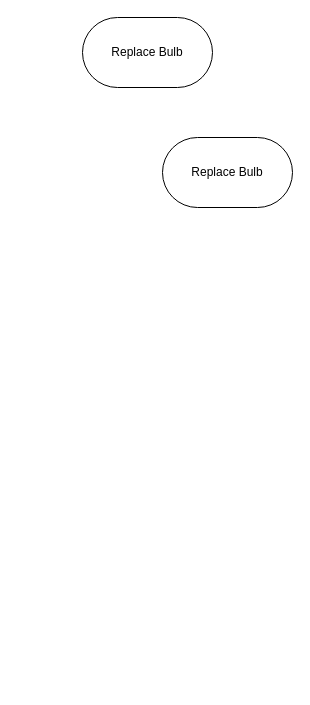
Earlier version of the draw.io diagram Menghitung luas lingkaran 23241091.drawio (Xnowly/Algo_C_23241091). Source tidied: cells renumbered, new cells numbered last; positions are measured from the earlier drawing's top-left corner, leaving out a move shared by most shapes. Both pictures are drawn from the tidied source at 100%, with x=0, y=0 at pixel (82, 17).
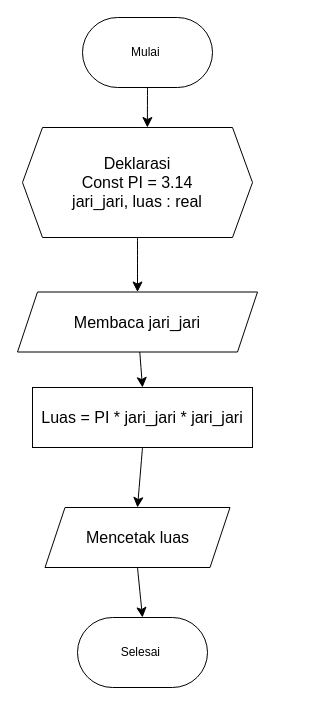
After the change.

Diff of the diagram source:
```diff
@@
 <mxGraphModel>
   <root>
     <mxCell id="0" />
     <mxCell id="1" parent="0" />
-    <mxCell id="2" value="Replace Bulb" style="rounded=1;whiteSpace=wrap;html=1;fontSize=12;glass=0;strokeWidth=1;shadow=0;arcSize=50;" parent="1" vertex="1">
+    <mxCell id="2" value="Mulai&amp;nbsp;" style="rounded=1;whiteSpace=wrap;html=1;fontSize=12;glass=0;strokeWidth=1;shadow=0;arcSize=50;" parent="1" vertex="1">
       <mxGeometry width="130" height="70" as="geometry" />
     </mxCell>
-    <mxCell id="3" value="Replace Bulb" style="rounded=1;whiteSpace=wrap;html=1;fontSize=12;glass=0;strokeWidth=1;shadow=0;arcSize=50;" parent="1" vertex="1">
-      <mxGeometry x="80" y="120" width="130" height="70" as="geometry" />
+    <mxCell id="3" value="Selesai&amp;nbsp;" style="rounded=1;whiteSpace=wrap;html=1;fontSize=12;glass=0;strokeWidth=1;shadow=0;arcSize=50;" parent="1" vertex="1">
+      <mxGeometry x="-5" y="600" width="130" height="70" as="geometry" />
     </mxCell>
+    <mxCell id="4" value="Membaca jari_jari" style="shape=parallelogram;perimeter=parallelogramPerimeter;whiteSpace=wrap;html=1;fixedSize=1;fontSize=16;" parent="1" vertex="1">
+      <mxGeometry x="-65" y="274.5" width="240" height="60" as="geometry" />
+    </mxCell>
+    <mxCell id="5" value="Luas = PI * jari_jari * jari_jari" style="whiteSpace=wrap;html=1;fontSize=16;" parent="1" vertex="1">
+      <mxGeometry x="-50" y="370" width="220" height="60" as="geometry" />
+    </mxCell>
+    <mxCell id="6" value="Mencetak luas" style="shape=parallelogram;perimeter=parallelogramPerimeter;whiteSpace=wrap;html=1;fixedSize=1;fontSize=16;" parent="1" vertex="1">
+      <mxGeometry x="-37.5" y="490" width="185" height="60" as="geometry" />
+    </mxCell>
+    <mxCell id="7" value="Deklarasi&lt;br&gt;Const PI = 3.14&lt;br&gt;jari_jari, luas : real" style="shape=hexagon;perimeter=hexagonPerimeter2;whiteSpace=wrap;html=1;fixedSize=1;fontSize=16;" parent="1" vertex="1">
+      <mxGeometry x="-60" y="110" width="230" height="110" as="geometry" />
+    </mxCell>
+    <mxCell id="8" style="edgeStyle=none;jettySize=auto;html=1;rounded=0;fontSize=12;startSize=8;endSize=8;curved=1;entryX=0.543;entryY=0;entryDx=0;entryDy=0;entryPerimeter=0;exitX=0.5;exitY=1;exitDx=0;exitDy=0;" parent="1" edge="1" source="2" target="7">
+      <mxGeometry relative="1" as="geometry" />
+    </mxCell>
+    <mxCell id="9" style="edgeStyle=none;jettySize=auto;html=1;rounded=0;fontSize=12;startSize=8;endSize=8;curved=1;entryX=0.5;entryY=0;entryDx=0;entryDy=0;exitX=0.5;exitY=1;exitDx=0;exitDy=0;" parent="1" edge="1" source="7" target="4">
+      <mxGeometry relative="1" as="geometry" />
+    </mxCell>
+    <mxCell id="10" style="edgeStyle=none;jettySize=auto;html=1;rounded=0;fontSize=12;startSize=8;endSize=8;curved=1;entryX=0.5;entryY=0;entryDx=0;entryDy=0;" parent="1" edge="1" source="4" target="5">
+      <mxGeometry relative="1" as="geometry" />
+    </mxCell>
+    <mxCell id="11" style="edgeStyle=none;jettySize=auto;html=1;rounded=0;fontSize=12;startSize=8;endSize=8;curved=1;entryX=0.5;entryY=0;entryDx=0;entryDy=0;exitX=0.5;exitY=1;exitDx=0;exitDy=0;" parent="1" edge="1" source="6" target="3">
+      <mxGeometry relative="1" as="geometry" />
+    </mxCell>
+    <mxCell id="12" style="edgeStyle=none;jettySize=auto;html=1;rounded=0;fontSize=12;startSize=8;endSize=8;curved=1;entryX=0.5;entryY=0;entryDx=0;entryDy=0;exitX=0.5;exitY=1;exitDx=0;exitDy=0;" parent="1" edge="1" source="5" target="6">
+      <mxGeometry relative="1" as="geometry" />
+    </mxCell>
   </root>
 </mxGraphModel>
```
